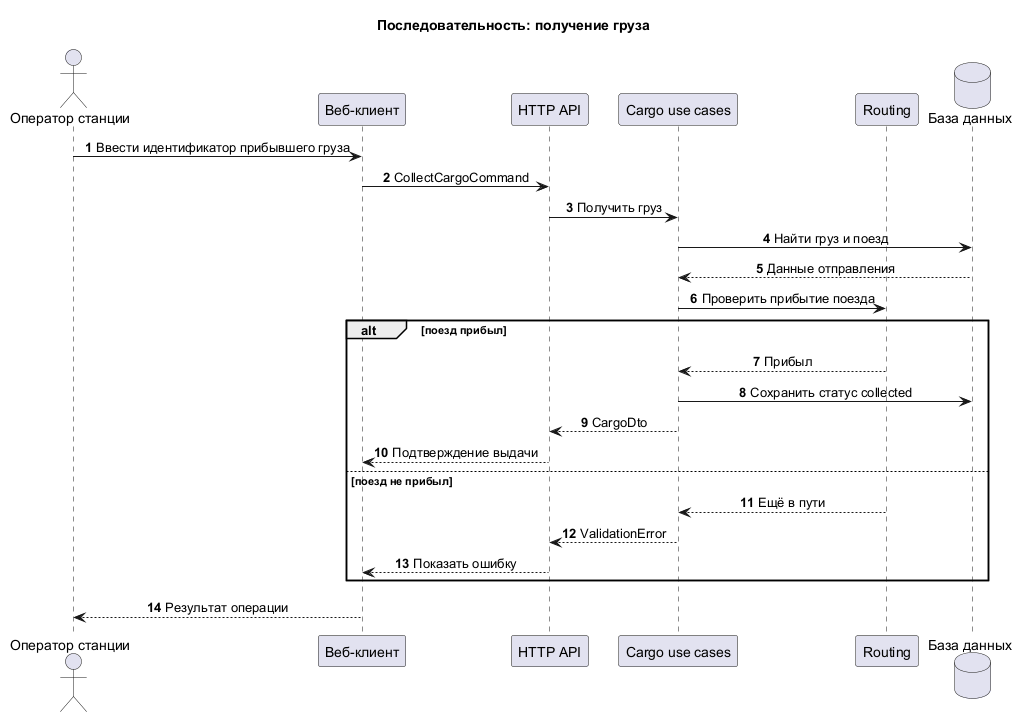
The PlantUML diagram uml/sequence-diagram/Получение_груза.png in Gu4rDe/railway, before a commit. Its diagram source:
```plantuml
@startuml
!pragma layout smetana
title Последовательность: получение груза
skinparam shadowing false
skinparam sequenceMessageAlign center
skinparam responseMessageBelowArrow true
autonumber

actor "Оператор станции" as Operator
participant "Веб-клиент" as Client
participant "HTTP API" as API
participant "Cargo use cases" as Cargo
participant "Routing" as Routing
database "База данных" as DB

Operator -> Client : Ввести идентификатор прибывшего груза
Client -> API : CollectCargoCommand
API -> Cargo : Получить груз
Cargo -> DB : Найти груз и поезд
DB --> Cargo : Данные отправления
Cargo -> Routing : Проверить прибытие поезда
alt поезд прибыл
  Routing --> Cargo : Прибыл
  Cargo -> DB : Сохранить статус collected
  Cargo --> API : CargoDto
  API --> Client : Подтверждение выдачи
else поезд не прибыл
  Routing --> Cargo : Ещё в пути
  Cargo --> API : ValidationError
  API --> Client : Показать ошибку
end
Client --> Operator : Результат операции
@enduml
```
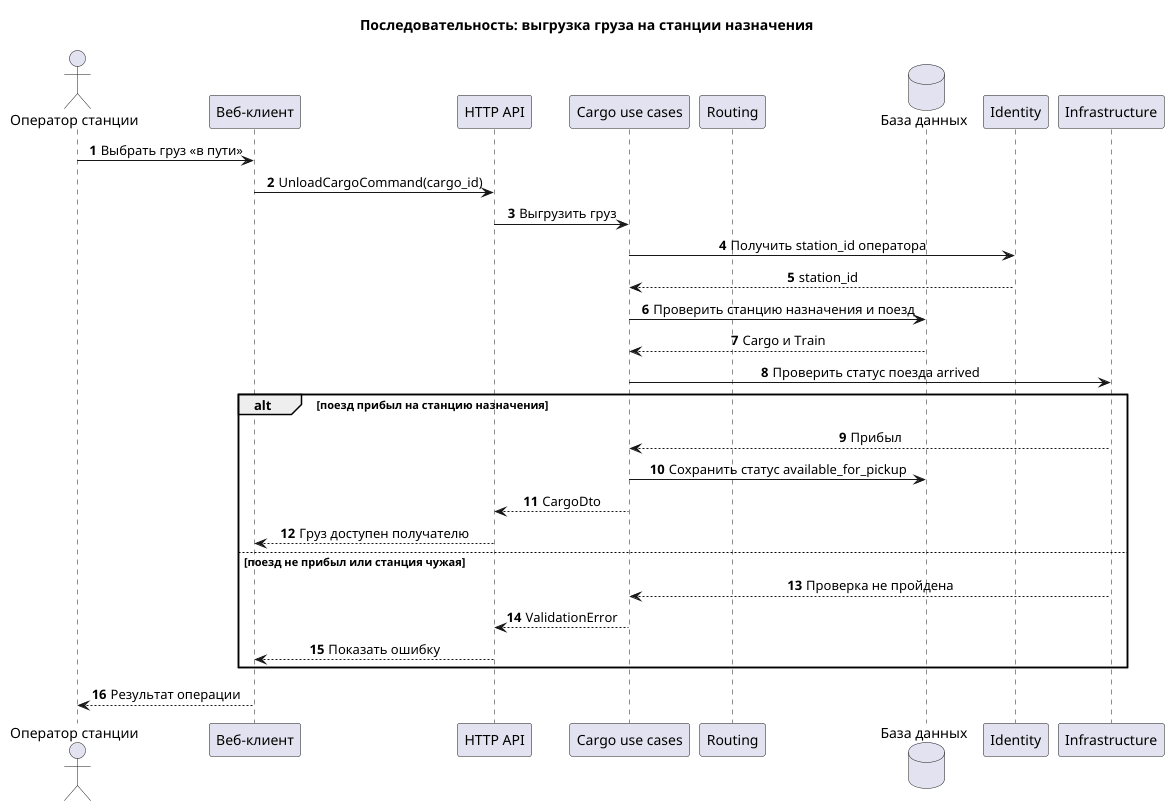
The same diagram one commit later.

Change to the diagram source:
```diff
@@ -1,6 +1,6 @@
 @startuml
 !pragma layout smetana
-title Последовательность: получение груза
+title Последовательность: выгрузка груза на станции назначения
 skinparam shadowing false
 skinparam sequenceMessageAlign center
 skinparam responseMessageBelowArrow true
@@ -13,19 +13,21 @@
 participant "Routing" as Routing
 database "База данных" as DB
 
-Operator -> Client : Ввести идентификатор прибывшего груза
-Client -> API : CollectCargoCommand
-API -> Cargo : Получить груз
-Cargo -> DB : Найти груз и поезд
-DB --> Cargo : Данные отправления
-Cargo -> Routing : Проверить прибытие поезда
-alt поезд прибыл
-  Routing --> Cargo : Прибыл
-  Cargo -> DB : Сохранить статус collected
+Operator -> Client : Выбрать груз «в пути»
+Client -> API : UnloadCargoCommand(cargo_id)
+API -> Cargo : Выгрузить груз
+Cargo -> Identity : Получить station_id оператора
+Identity --> Cargo : station_id
+Cargo -> DB : Проверить станцию назначения и поезд
+DB --> Cargo : Cargo и Train
+Cargo -> Infrastructure : Проверить статус поезда arrived
+alt поезд прибыл на станцию назначения
+  Infrastructure --> Cargo : Прибыл
+  Cargo -> DB : Сохранить статус available_for_pickup
   Cargo --> API : CargoDto
-  API --> Client : Подтверждение выдачи
-else поезд не прибыл
-  Routing --> Cargo : Ещё в пути
+  API --> Client : Груз доступен получателю
+else поезд не прибыл или станция чужая
+  Infrastructure --> Cargo : Проверка не пройдена
   Cargo --> API : ValidationError
   API --> Client : Показать ошибку
 end
```
